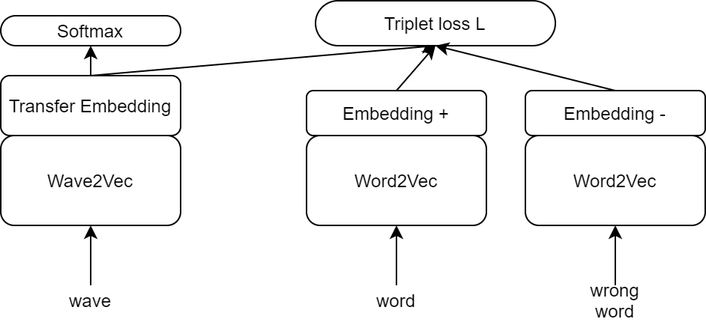
NicolaiLassen/02456-deep-learning-corti keeps this draw.io diagram as images/model_idea.png. Above is the earlier version. Source tidied: cells renumbered, new cells last; positions are measured from the earlier drawing's top-left corner, leaving out a move shared by most shapes.
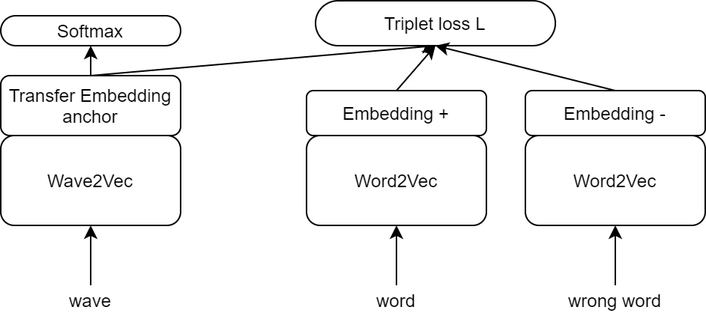
After the change.

Commit message:
add anchor indicator

Diff of the diagram source:
```diff
@@ -8,7 +8,7 @@
     <mxCell id="3" style="edgeStyle=none;rounded=0;jettySize=auto;html=1;exitX=0.5;exitY=0;exitDx=0;exitDy=0;entryX=0.5;entryY=1;entryDx=0;entryDy=0;" parent="1" edge="1" source="4" target="5">
       <mxGeometry relative="1" as="geometry" />
     </mxCell>
-    <mxCell id="4" value="Transfer Embedding" style="rounded=1;whiteSpace=wrap;html=1;" parent="1" vertex="1">
+    <mxCell id="4" value="Transfer Embedding&lt;br&gt;anchor" style="rounded=1;whiteSpace=wrap;html=1;" parent="1" vertex="1">
       <mxGeometry y="50" width="120" height="40" as="geometry" />
     </mxCell>
     <mxCell id="5" value="Triplet loss L" style="rounded=1;whiteSpace=wrap;html=1;arcSize=50;" parent="1" vertex="1">
@@ -50,7 +50,7 @@
       <mxGeometry relative="1" as="geometry" />
     </mxCell>
     <mxCell id="17" value="wrong word" style="text;html=1;strokeColor=none;fillColor=none;align=center;verticalAlign=middle;whiteSpace=wrap;rounded=0;" parent="1" vertex="1">
-      <mxGeometry x="390" y="190" width="40" height="20" as="geometry" />
+      <mxGeometry x="367" y="190" width="86" height="20" as="geometry" />
     </mxCell>
     <mxCell id="18" value="wave" style="text;html=1;strokeColor=none;fillColor=none;align=center;verticalAlign=middle;whiteSpace=wrap;rounded=0;" parent="1" vertex="1">
       <mxGeometry x="40" y="190" width="40" height="20" as="geometry" />
@@ -61,5 +61,8 @@
         <mxPoint x="60" y="150" as="targetPoint" />
       </mxGeometry>
     </mxCell>
+    <mxCell id="20" style="edgeStyle=none;rounded=0;orthogonalLoop=1;jettySize=auto;html=1;exitX=1;exitY=0.25;exitDx=0;exitDy=0;" parent="1" edge="1" source="15" target="15">
+      <mxGeometry relative="1" as="geometry" />
+    </mxCell>
   </root>
 </mxGraphModel>
```
